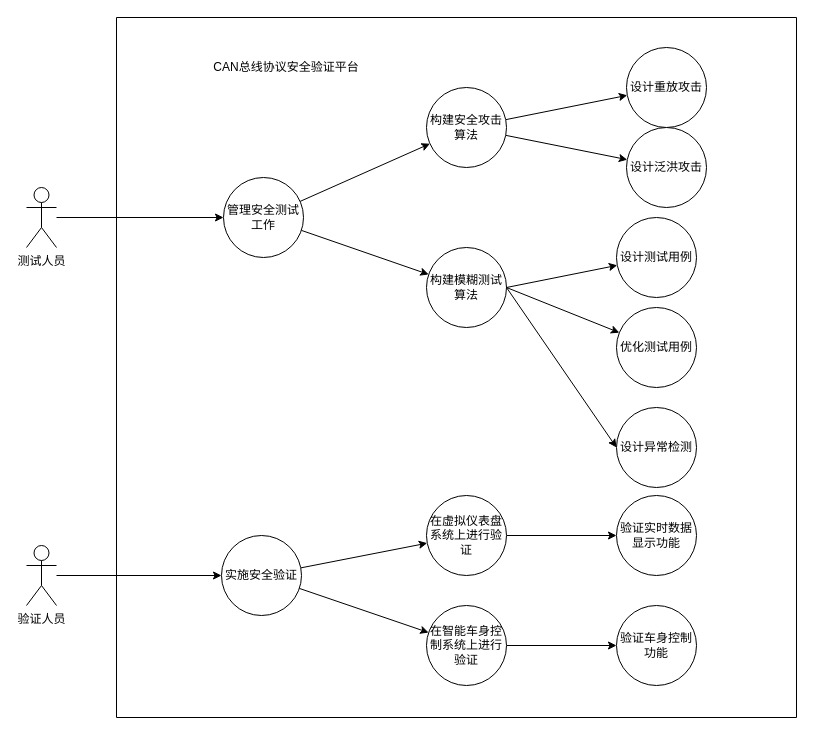
Earlier version of the draw.io diagram 安全验证平台.drawio (zxkic/ICSim_Successor). Source tidied: cells renumbered, new cells numbered last; positions are measured from the earlier drawing's top-left corner, leaving out a move shared by most shapes. Both pictures are drawn from the tidied source at 100%, with x=0, y=0 at pixel (26, 17).
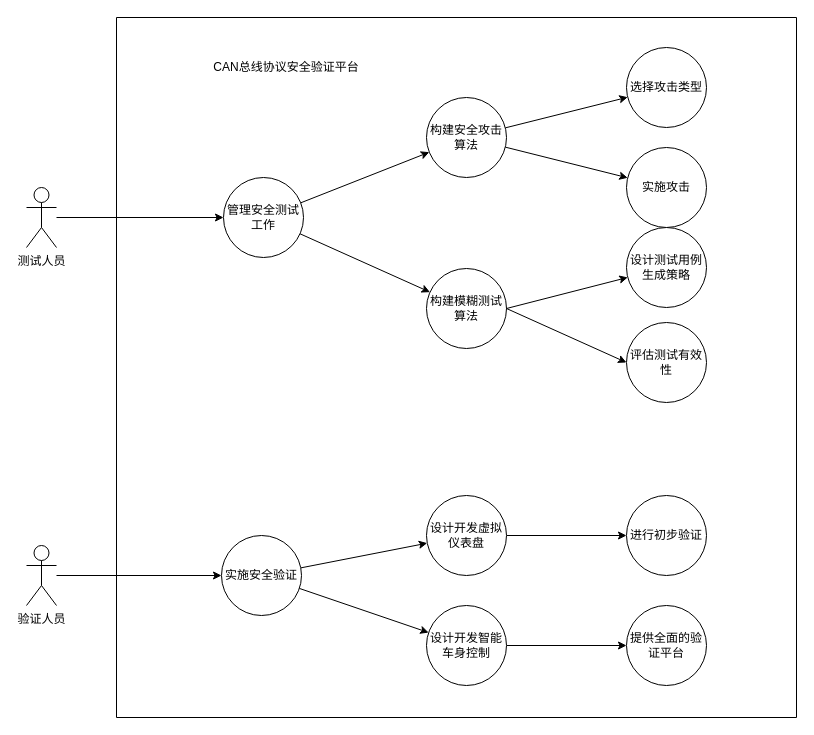
Above is the later version.

Commit message (it also covers changes not shown here):
更新安全验证平台.drawio

The edit, as a diff of the source:
```diff
@@
     <mxCell id="10" value="构建安全攻击算法" style="ellipse;whiteSpace=wrap;html=1;align=center;" parent="1" vertex="1">
-      <mxGeometry x="400" y="70" width="80" height="80" as="geometry" />
+      <mxGeometry x="400" y="80" width="80" height="80" as="geometry" />
     </mxCell>
     <mxCell id="11" value="构建模糊测试算法" style="ellipse;whiteSpace=wrap;html=1;" parent="1" vertex="1">
-      <mxGeometry x="400" y="230" width="80" height="80" as="geometry" />
+      <mxGeometry x="400" y="251" width="80" height="80" as="geometry" />
     </mxCell>
-    <mxCell id="12" style="rounded=0;jettySize=auto;html=1;exitX=1;exitY=0.5;exitDx=0;exitDy=0;" parent="1" edge="1" source="11" target="22">
-      <mxGeometry relative="1" as="geometry" />
-    </mxCell>
@@
-    <mxCell id="19" value="在虚拟仪表盘系统上进行验证" style="ellipse;whiteSpace=wrap;html=1;direction=south;" parent="1" vertex="1">
+    <mxCell id="19" value="设计开发虚拟仪表盘" style="ellipse;whiteSpace=wrap;html=1;direction=south;" parent="1" vertex="1">
       <mxGeometry x="400" y="478" width="80" height="80" as="geometry" />
     </mxCell>
@@
-    <mxCell id="21" value="&lt;div style=&quot;&quot;&gt;&lt;span style=&quot;background-color: initial;&quot;&gt;在智能车身控制系统上进行验证&lt;/span&gt;&lt;/div&gt;" style="ellipse;whiteSpace=wrap;html=1;verticalAlign=middle;align=center;" parent="1" vertex="1">
+    <mxCell id="21" value="&lt;div style=&quot;&quot;&gt;&lt;span style=&quot;background-color: initial;&quot;&gt;设计开发智能车身控制&lt;/span&gt;&lt;/div&gt;" style="ellipse;whiteSpace=wrap;html=1;verticalAlign=middle;align=center;" parent="1" vertex="1">
       <mxGeometry x="400" y="588" width="80" height="80" as="geometry" />
     </mxCell>
-    <mxCell id="22" value="设计测试用例" style="ellipse;whiteSpace=wrap;html=1;" parent="1" vertex="1">
-      <mxGeometry x="590" y="200" width="80" height="80" as="geometry" />
-    </mxCell>
-    <mxCell id="23" value="优化测试用例" style="ellipse;whiteSpace=wrap;html=1;" parent="1" vertex="1">
-      <mxGeometry x="590" y="290" width="80" height="80" as="geometry" />
+    <mxCell id="23" value="设计测试用例生成策略" style="ellipse;whiteSpace=wrap;html=1;" parent="1" vertex="1">
+      <mxGeometry x="600" y="210" width="80" height="80" as="geometry" />
     </mxCell>
-    <mxCell id="24" value="设计异常检测" style="ellipse;whiteSpace=wrap;html=1;" parent="1" vertex="1">
-      <mxGeometry x="590" y="390" width="80" height="80" as="geometry" />
+    <mxCell id="24" value="评估测试有效性" style="ellipse;whiteSpace=wrap;html=1;" parent="1" vertex="1">
+      <mxGeometry x="600" y="305" width="80" height="80" as="geometry" />
     </mxCell>
@@
-    <mxCell id="28" value="验证实时数据显示功能" style="ellipse;whiteSpace=wrap;html=1;" parent="1" vertex="1">
-      <mxGeometry x="590" y="478" width="80" height="80" as="geometry" />
+    <mxCell id="28" value="进行初步验证" style="ellipse;whiteSpace=wrap;html=1;" parent="1" vertex="1">
+      <mxGeometry x="600" y="478" width="80" height="80" as="geometry" />
     </mxCell>
-    <mxCell id="29" value="验证车身控制功能" style="ellipse;whiteSpace=wrap;html=1;" parent="1" vertex="1">
-      <mxGeometry x="590" y="588" width="80" height="80" as="geometry" />
+    <mxCell id="29" value="提供全面的验证平台" style="ellipse;whiteSpace=wrap;html=1;" parent="1" vertex="1">
+      <mxGeometry x="600" y="588" width="80" height="80" as="geometry" />
     </mxCell>
-    <mxCell id="30" value="设计重放攻击" style="ellipse;whiteSpace=wrap;html=1;" parent="1" vertex="1">
+    <mxCell id="30" value="选择攻击类型" style="ellipse;whiteSpace=wrap;html=1;" parent="1" vertex="1">
       <mxGeometry x="600" y="30" width="80" height="80" as="geometry" />
     </mxCell>
-    <mxCell id="31" value="设计泛洪攻击" style="ellipse;whiteSpace=wrap;html=1;" parent="1" vertex="1">
-      <mxGeometry x="600" y="110" width="80" height="80" as="geometry" />
+    <mxCell id="31" value="实施攻击" style="ellipse;whiteSpace=wrap;html=1;" parent="1" vertex="1">
+      <mxGeometry x="600" y="130" width="80" height="80" as="geometry" />
     </mxCell>
```
